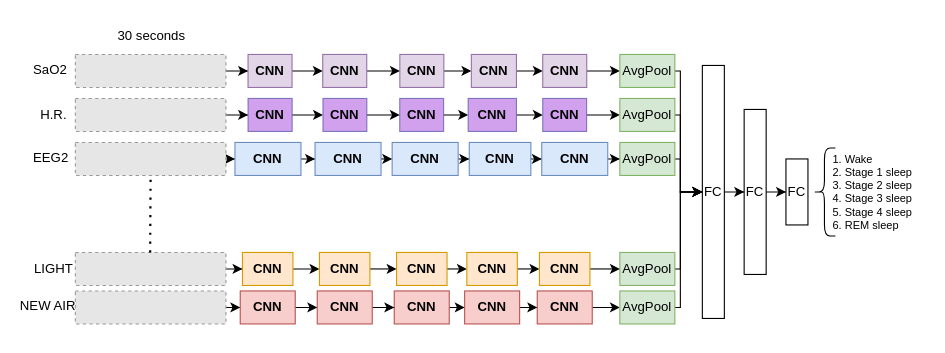
gw2015tylerdurden/nsrr keeps this draw.io diagram as nsrr_cnn.drawio. Above is the earlier version. Source tidied: cells renumbered, new cells numbered last; positions are measured from the earlier drawing's top-left corner, leaving out a move shared by most shapes. Both pictures are drawn from the tidied source at 110%, with x=0, y=0 at pixel (18, 19). Pictures stored in the file or linked from it are replaced by grey dashed boxes.
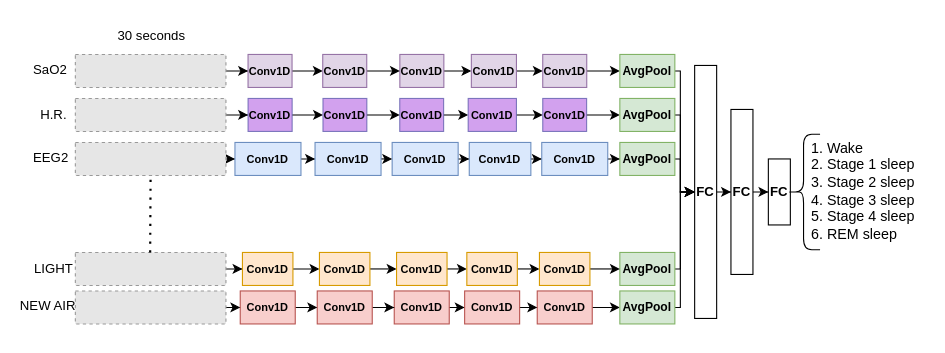
The same page after the edit.

Commit message:
nsrr_cnn.drawio を更新します

What changed in the source:
```diff
@@
-    <mxCell id="20" value="&lt;b&gt;CNN&lt;/b&gt;" style="rounded=0;whiteSpace=wrap;html=1;fillColor=#e1d5e7;strokeColor=#9673a6;" parent="1" vertex="1">
+    <mxCell id="20" value="&lt;font size=&quot;1&quot;&gt;&lt;b&gt;Conv1D&lt;/b&gt;&lt;/font&gt;" style="rounded=0;whiteSpace=wrap;html=1;fillColor=#e1d5e7;strokeColor=#9673a6;" parent="1" vertex="1">
       <mxGeometry x="209" y="32" width="40" height="30" as="geometry" />
     </mxCell>
@@
-    <mxCell id="22" value="&lt;b&gt;CNN&lt;/b&gt;" style="rounded=0;whiteSpace=wrap;html=1;fillColor=#e1d5e7;strokeColor=#9673a6;" parent="1" vertex="1">
+    <mxCell id="22" value="&lt;font size=&quot;1&quot;&gt;&lt;b&gt;Conv1D&lt;/b&gt;&lt;/font&gt;" style="rounded=0;whiteSpace=wrap;html=1;fillColor=#e1d5e7;strokeColor=#9673a6;" parent="1" vertex="1">
       <mxGeometry x="347" y="32" width="40" height="30" as="geometry" />
     </mxCell>
@@
-    <mxCell id="24" value="&lt;b&gt;CNN&lt;/b&gt;" style="rounded=0;whiteSpace=wrap;html=1;fillColor=#e1d5e7;strokeColor=#9673a6;" parent="1" vertex="1">
+    <mxCell id="24" value="&lt;font size=&quot;1&quot;&gt;&lt;b&gt;Conv1D&lt;/b&gt;&lt;/font&gt;" style="rounded=0;whiteSpace=wrap;html=1;fillColor=#e1d5e7;strokeColor=#9673a6;" parent="1" vertex="1">
       <mxGeometry x="276.9" y="32" width="40" height="30" as="geometry" />
     </mxCell>
@@
-    <mxCell id="26" value="&lt;b&gt;CNN&lt;/b&gt;" style="rounded=0;whiteSpace=wrap;html=1;fillColor=#e1d5e7;strokeColor=#9673a6;" parent="1" vertex="1">
+    <mxCell id="26" value="&lt;font size=&quot;1&quot;&gt;&lt;b&gt;Conv1D&lt;/b&gt;&lt;/font&gt;" style="rounded=0;whiteSpace=wrap;html=1;fillColor=#e1d5e7;strokeColor=#9673a6;" parent="1" vertex="1">
       <mxGeometry x="412" y="32" width="41" height="30" as="geometry" />
     </mxCell>
@@
-    <mxCell id="28" value="&lt;b&gt;CNN&lt;/b&gt;" style="rounded=0;whiteSpace=wrap;html=1;fillColor=#e1d5e7;strokeColor=#9673a6;" parent="1" vertex="1">
+    <mxCell id="28" value="&lt;font size=&quot;1&quot;&gt;&lt;b&gt;Conv1D&lt;/b&gt;&lt;/font&gt;" style="rounded=0;whiteSpace=wrap;html=1;fillColor=#e1d5e7;strokeColor=#9673a6;" parent="1" vertex="1">
       <mxGeometry x="476.9" y="32" width="40" height="30" as="geometry" />
     </mxCell>
@@
-    <mxCell id="30" value="&lt;b&gt;CNN&lt;/b&gt;" style="rounded=0;whiteSpace=wrap;html=1;fillColor=#BF7AE7;strokeColor=#5050A6;opacity=70;" parent="1" vertex="1">
+    <mxCell id="30" value="&lt;font size=&quot;1&quot;&gt;&lt;b&gt;Conv1D&lt;/b&gt;&lt;/font&gt;" style="rounded=0;whiteSpace=wrap;html=1;fillColor=#BF7AE7;strokeColor=#5050A6;opacity=70;" parent="1" vertex="1">
       <mxGeometry x="209" y="72" width="40.1" height="30" as="geometry" />
     </mxCell>
@@
-    <mxCell id="32" value="&lt;b&gt;CNN&lt;/b&gt;" style="rounded=0;whiteSpace=wrap;html=1;fillColor=#BF7AE7;strokeColor=#5050A6;opacity=70;" parent="1" vertex="1">
+    <mxCell id="32" value="&lt;font size=&quot;1&quot;&gt;&lt;b&gt;Conv1D&lt;/b&gt;&lt;/font&gt;" style="rounded=0;whiteSpace=wrap;html=1;fillColor=#BF7AE7;strokeColor=#5050A6;opacity=70;" parent="1" vertex="1">
       <mxGeometry x="346.9" y="72" width="39.9" height="30" as="geometry" />
     </mxCell>
@@
-    <mxCell id="34" value="&lt;b&gt;CNN&lt;/b&gt;" style="rounded=0;whiteSpace=wrap;html=1;fillColor=#BF7AE7;strokeColor=#5050A6;opacity=70;" parent="1" vertex="1">
+    <mxCell id="34" value="&lt;font size=&quot;1&quot;&gt;&lt;b&gt;Conv1D&lt;/b&gt;&lt;/font&gt;" style="rounded=0;whiteSpace=wrap;html=1;fillColor=#BF7AE7;strokeColor=#5050A6;opacity=70;" parent="1" vertex="1">
       <mxGeometry x="277.1" y="72" width="39.9" height="30" as="geometry" />
     </mxCell>
@@
-    <mxCell id="36" value="&lt;b&gt;CNN&lt;/b&gt;" style="rounded=0;whiteSpace=wrap;html=1;fillColor=#BF7AE7;strokeColor=#5050A6;opacity=70;" parent="1" vertex="1">
+    <mxCell id="36" value="&lt;font size=&quot;1&quot;&gt;&lt;b&gt;Conv1D&lt;/b&gt;&lt;/font&gt;" style="rounded=0;whiteSpace=wrap;html=1;fillColor=#BF7AE7;strokeColor=#5050A6;opacity=70;" parent="1" vertex="1">
       <mxGeometry x="409.1" y="72" width="43.9" height="30" as="geometry" />
     </mxCell>
@@
-    <mxCell id="38" value="&lt;b&gt;CNN&lt;/b&gt;" style="rounded=0;whiteSpace=wrap;html=1;fillColor=#BF7AE7;strokeColor=#5050A6;opacity=70;" parent="1" vertex="1">
+    <mxCell id="38" value="&lt;font size=&quot;1&quot;&gt;&lt;b&gt;Conv1D&lt;/b&gt;&lt;/font&gt;" style="rounded=0;whiteSpace=wrap;html=1;fillColor=#BF7AE7;strokeColor=#5050A6;opacity=70;" parent="1" vertex="1">
       <mxGeometry x="476.9" y="72" width="39.9" height="30" as="geometry" />
     </mxCell>
@@
-    <mxCell id="40" value="&lt;b&gt;CNN&lt;/b&gt;" style="rounded=0;whiteSpace=wrap;html=1;fillColor=#dae8fc;strokeColor=#6c8ebf;" parent="1" vertex="1">
+    <mxCell id="40" value="&lt;font size=&quot;1&quot;&gt;&lt;b&gt;Conv1D&lt;/b&gt;&lt;/font&gt;" style="rounded=0;whiteSpace=wrap;html=1;fillColor=#dae8fc;strokeColor=#6c8ebf;" parent="1" vertex="1">
       <mxGeometry x="197.1" y="112" width="60" height="30" as="geometry" />
     </mxCell>
@@
-    <mxCell id="42" value="&lt;b&gt;CNN&lt;/b&gt;" style="rounded=0;whiteSpace=wrap;html=1;fillColor=#dae8fc;strokeColor=#6c8ebf;" parent="1" vertex="1">
+    <mxCell id="42" value="&lt;font size=&quot;1&quot;&gt;&lt;b&gt;Conv1D&lt;/b&gt;&lt;/font&gt;" style="rounded=0;whiteSpace=wrap;html=1;fillColor=#dae8fc;strokeColor=#6c8ebf;" parent="1" vertex="1">
       <mxGeometry x="340" y="112" width="60" height="30" as="geometry" />
     </mxCell>
@@
-    <mxCell id="44" value="&lt;b&gt;CNN&lt;/b&gt;" style="rounded=0;whiteSpace=wrap;html=1;fillColor=#dae8fc;strokeColor=#6c8ebf;" parent="1" vertex="1">
+    <mxCell id="44" value="&lt;font size=&quot;1&quot;&gt;&lt;b&gt;Conv1D&lt;/b&gt;&lt;/font&gt;" style="rounded=0;whiteSpace=wrap;html=1;fillColor=#dae8fc;strokeColor=#6c8ebf;" parent="1" vertex="1">
       <mxGeometry x="269.9" y="112" width="60" height="30" as="geometry" />
     </mxCell>
@@
-    <mxCell id="46" value="&lt;b&gt;CNN&lt;/b&gt;" style="rounded=0;whiteSpace=wrap;html=1;fillColor=#dae8fc;strokeColor=#6c8ebf;" parent="1" vertex="1">
+    <mxCell id="46" value="&lt;font size=&quot;1&quot;&gt;&lt;b&gt;Conv1D&lt;/b&gt;&lt;/font&gt;" style="rounded=0;whiteSpace=wrap;html=1;fillColor=#dae8fc;strokeColor=#6c8ebf;" parent="1" vertex="1">
       <mxGeometry x="410.1" y="112" width="56" height="30" as="geometry" />
     </mxCell>
@@
-    <mxCell id="48" value="&lt;b&gt;CNN&lt;/b&gt;" style="rounded=0;whiteSpace=wrap;html=1;fillColor=#dae8fc;strokeColor=#6c8ebf;" parent="1" vertex="1">
+    <mxCell id="48" value="&lt;font size=&quot;1&quot;&gt;&lt;b&gt;Conv1D&lt;/b&gt;&lt;/font&gt;" style="rounded=0;whiteSpace=wrap;html=1;fillColor=#dae8fc;strokeColor=#6c8ebf;" parent="1" vertex="1">
       <mxGeometry x="476" y="112" width="60" height="30" as="geometry" />
     </mxCell>
@@
-    <mxCell id="50" value="&lt;b&gt;CNN&lt;/b&gt;" style="rounded=0;whiteSpace=wrap;html=1;fillColor=#ffe6cc;strokeColor=#d79b00;" parent="1" vertex="1">
+    <mxCell id="50" value="&lt;font size=&quot;1&quot;&gt;&lt;b&gt;Conv1D&lt;/b&gt;&lt;/font&gt;" style="rounded=0;whiteSpace=wrap;html=1;fillColor=#ffe6cc;strokeColor=#d79b00;" parent="1" vertex="1">
       <mxGeometry x="203.9" y="212" width="45.9" height="30" as="geometry" />
     </mxCell>
@@
-    <mxCell id="52" value="&lt;b&gt;CNN&lt;/b&gt;" style="rounded=0;whiteSpace=wrap;html=1;fillColor=#f8cecc;strokeColor=#b85450;" parent="1" vertex="1">
+    <mxCell id="52" value="&lt;font size=&quot;1&quot;&gt;&lt;b&gt;Conv1D&lt;/b&gt;&lt;/font&gt;" style="rounded=0;whiteSpace=wrap;html=1;fillColor=#f8cecc;strokeColor=#b85450;" parent="1" vertex="1">
       <mxGeometry x="201.9" y="247" width="50" height="30" as="geometry" />
     </mxCell>
@@
-    <mxCell id="54" value="&lt;b&gt;CNN&lt;/b&gt;" style="rounded=0;whiteSpace=wrap;html=1;fillColor=#f8cecc;strokeColor=#b85450;" parent="1" vertex="1">
+    <mxCell id="54" value="&lt;font size=&quot;1&quot;&gt;&lt;b&gt;Conv1D&lt;/b&gt;&lt;/font&gt;" style="rounded=0;whiteSpace=wrap;html=1;fillColor=#f8cecc;strokeColor=#b85450;" parent="1" vertex="1">
       <mxGeometry x="341.9" y="247" width="50" height="30" as="geometry" />
     </mxCell>
@@
-    <mxCell id="56" value="&lt;b&gt;CNN&lt;/b&gt;" style="rounded=0;whiteSpace=wrap;html=1;fillColor=#f8cecc;strokeColor=#b85450;" parent="1" vertex="1">
+    <mxCell id="56" value="&lt;font size=&quot;1&quot;&gt;&lt;b&gt;Conv1D&lt;/b&gt;&lt;/font&gt;" style="rounded=0;whiteSpace=wrap;html=1;fillColor=#f8cecc;strokeColor=#b85450;" parent="1" vertex="1">
       <mxGeometry x="271.9" y="247" width="50" height="30" as="geometry" />
     </mxCell>
@@
-    <mxCell id="58" value="&lt;b&gt;CNN&lt;/b&gt;" style="rounded=0;whiteSpace=wrap;html=1;fillColor=#f8cecc;strokeColor=#b85450;" parent="1" vertex="1">
+    <mxCell id="58" value="&lt;font size=&quot;1&quot;&gt;&lt;b&gt;Conv1D&lt;/b&gt;&lt;/font&gt;" style="rounded=0;whiteSpace=wrap;html=1;fillColor=#f8cecc;strokeColor=#b85450;" parent="1" vertex="1">
       <mxGeometry x="405.9" y="247" width="50" height="30" as="geometry" />
     </mxCell>
@@
-    <mxCell id="60" value="&lt;b&gt;CNN&lt;/b&gt;" style="rounded=0;whiteSpace=wrap;html=1;fillColor=#f8cecc;strokeColor=#b85450;" parent="1" vertex="1">
+    <mxCell id="60" value="&lt;font size=&quot;1&quot;&gt;&lt;b&gt;Conv1D&lt;/b&gt;&lt;/font&gt;" style="rounded=0;whiteSpace=wrap;html=1;fillColor=#f8cecc;strokeColor=#b85450;" parent="1" vertex="1">
       <mxGeometry x="471.9" y="247" width="50" height="30" as="geometry" />
     </mxCell>
@@
-    <mxCell id="62" value="FC" style="rounded=0;whiteSpace=wrap;html=1;" parent="1" vertex="1">
-      <mxGeometry x="622" y="42" width="20" height="230" as="geometry" />
+    <mxCell id="62" value="&lt;b&gt;FC&lt;/b&gt;" style="rounded=0;whiteSpace=wrap;html=1;" parent="1" vertex="1">
+      <mxGeometry x="615" y="42" width="20" height="230" as="geometry" />
     </mxCell>
@@
-    <mxCell id="64" value="AvgPool" style="whiteSpace=wrap;html=1;fillColor=#d5e8d4;strokeColor=#82b366;" parent="1" vertex="1">
+    <mxCell id="64" value="&lt;b&gt;&lt;font style=&quot;font-size: 11px;&quot;&gt;AvgPool&lt;/font&gt;&lt;/b&gt;" style="whiteSpace=wrap;html=1;fillColor=#d5e8d4;strokeColor=#82b366;" parent="1" vertex="1">
       <mxGeometry x="547" y="32" width="50" height="30" as="geometry" />
     </mxCell>
@@
-    <mxCell id="66" value="AvgPool" style="whiteSpace=wrap;html=1;fillColor=#d5e8d4;strokeColor=#82b366;" parent="1" vertex="1">
+    <mxCell id="66" value="&lt;b&gt;&lt;font style=&quot;font-size: 11px;&quot;&gt;AvgPool&lt;/font&gt;&lt;/b&gt;" style="whiteSpace=wrap;html=1;fillColor=#d5e8d4;strokeColor=#82b366;" parent="1" vertex="1">
       <mxGeometry x="547" y="112" width="50" height="30" as="geometry" />
     </mxCell>
@@
-    <mxCell id="68" value="AvgPool" style="whiteSpace=wrap;html=1;fillColor=#d5e8d4;strokeColor=#82b366;" parent="1" vertex="1">
+    <mxCell id="68" value="&lt;font style=&quot;font-size: 11px;&quot;&gt;&lt;b&gt;AvgPool&lt;/b&gt;&lt;/font&gt;" style="whiteSpace=wrap;html=1;fillColor=#d5e8d4;strokeColor=#82b366;" parent="1" vertex="1">
       <mxGeometry x="547" y="72" width="50" height="30" as="geometry" />
     </mxCell>
@@
-    <mxCell id="70" value="AvgPool" style="whiteSpace=wrap;html=1;fillColor=#d5e8d4;strokeColor=#82b366;" parent="1" vertex="1">
+    <mxCell id="70" value="&lt;b&gt;&lt;font style=&quot;font-size: 11px;&quot;&gt;AvgPool&lt;/font&gt;&lt;/b&gt;" style="whiteSpace=wrap;html=1;fillColor=#d5e8d4;strokeColor=#82b366;" parent="1" vertex="1">
       <mxGeometry x="547" y="247" width="50" height="30" as="geometry" />
     </mxCell>
@@
-    <mxCell id="72" value="AvgPool" style="whiteSpace=wrap;html=1;fillColor=#d5e8d4;strokeColor=#82b366;" parent="1" vertex="1">
+    <mxCell id="72" value="&lt;b&gt;&lt;font style=&quot;font-size: 11px;&quot;&gt;AvgPool&lt;/font&gt;&lt;/b&gt;" style="whiteSpace=wrap;html=1;fillColor=#d5e8d4;strokeColor=#82b366;" parent="1" vertex="1">
       <mxGeometry x="547" y="212" width="50" height="30" as="geometry" />
     </mxCell>
@@
-    <mxCell id="74" value="FC" style="rounded=0;whiteSpace=wrap;html=1;" parent="1" vertex="1">
-      <mxGeometry x="660" y="82" width="20" height="150" as="geometry" />
+    <mxCell id="74" value="&lt;b&gt;FC&lt;/b&gt;" style="rounded=0;whiteSpace=wrap;html=1;" parent="1" vertex="1">
+      <mxGeometry x="648" y="82" width="20" height="150" as="geometry" />
     </mxCell>
-    <mxCell id="75" value="FC" style="rounded=0;whiteSpace=wrap;html=1;" parent="1" vertex="1">
-      <mxGeometry x="698" y="127" width="20" height="60" as="geometry" />
+    <mxCell id="75" value="&lt;b&gt;FC&lt;/b&gt;" style="rounded=0;whiteSpace=wrap;html=1;" parent="1" vertex="1">
+      <mxGeometry x="682" y="127" width="20" height="60" as="geometry" />
     </mxCell>
-    <mxCell id="76" value="&lt;ol style=&quot;font-size: 10px;&quot;&gt;&lt;li style=&quot;font-size: 10px;&quot;&gt;&lt;div style=&quot;font-size: 10px;&quot; align=&quot;left&quot;&gt;Wake&lt;/div&gt;&lt;/li&gt;&lt;li style=&quot;font-size: 10px;&quot;&gt;Stage 1 sleep&lt;/li&gt;&lt;li style=&quot;font-size: 10px;&quot;&gt;Stage 2 sleep&lt;/li&gt;&lt;li style=&quot;font-size: 10px;&quot;&gt;Stage 3 sleep&lt;/li&gt;&lt;li style=&quot;font-size: 10px;&quot;&gt;Stage 4 sleep&lt;/li&gt;&lt;li style=&quot;font-size: 10px;&quot;&gt;&lt;div style=&quot;font-size: 10px;&quot; align=&quot;left&quot;&gt;REM sleep&lt;br style=&quot;font-size: 10px;&quot;&gt;&lt;/div&gt;&lt;/li&gt;&lt;/ol&gt;" style="text;html=1;align=center;verticalAlign=middle;strokeColor=none;fillColor=none;fontSize=10;" parent="1" vertex="1">
-      <mxGeometry x="702" y="102" width="120" height="110" as="geometry" />
+    <mxCell id="76" value="&lt;ol style=&quot;font-size: 13px;&quot;&gt;&lt;li style=&quot;&quot;&gt;&lt;div style=&quot;&quot; align=&quot;left&quot;&gt;Wake&lt;/div&gt;&lt;/li&gt;&lt;li style=&quot;&quot;&gt;Stage 1 sleep&lt;/li&gt;&lt;li style=&quot;&quot;&gt;Stage 2 sleep&lt;/li&gt;&lt;li style=&quot;&quot;&gt;Stage 3 sleep&lt;/li&gt;&lt;li style=&quot;&quot;&gt;Stage 4 sleep&lt;/li&gt;&lt;li style=&quot;&quot;&gt;&lt;div style=&quot;&quot; align=&quot;left&quot;&gt;REM sleep&lt;br style=&quot;font-size: 10px;&quot;&gt;&lt;/div&gt;&lt;/li&gt;&lt;/ol&gt;" style="text;html=1;align=center;verticalAlign=middle;strokeColor=none;fillColor=none;fontSize=10;" parent="1" vertex="1">
+      <mxGeometry x="685" y="91" width="140" height="130" as="geometry" />
     </mxCell>
     <mxCell id="77" style="shape=curlyBracket;whiteSpace=wrap;html=1;rounded=1;labelPosition=left;verticalLabelPosition=middle;align=right;verticalAlign=middle;" parent="1" vertex="1">
-      <mxGeometry x="723" y="117" width="20" height="80" as="geometry" />
+      <mxGeometry x="699" y="104.5" width="30" height="105" as="geometry" />
     </mxCell>
@@
-    <mxCell id="79" value="&lt;b&gt;CNN&lt;/b&gt;" style="rounded=0;whiteSpace=wrap;html=1;fillColor=#ffe6cc;strokeColor=#d79b00;" parent="1" vertex="1">
+    <mxCell id="79" value="&lt;font size=&quot;1&quot;&gt;&lt;b&gt;Conv1D&lt;/b&gt;&lt;/font&gt;" style="rounded=0;whiteSpace=wrap;html=1;fillColor=#ffe6cc;strokeColor=#d79b00;" parent="1" vertex="1">
       <mxGeometry x="273.9" y="212" width="45.9" height="30" as="geometry" />
     </mxCell>
@@
-    <mxCell id="81" value="&lt;b&gt;CNN&lt;/b&gt;" style="rounded=0;whiteSpace=wrap;html=1;fillColor=#ffe6cc;strokeColor=#d79b00;" parent="1" vertex="1">
+    <mxCell id="81" value="&lt;font size=&quot;1&quot;&gt;&lt;b&gt;Conv1D&lt;/b&gt;&lt;/font&gt;" style="rounded=0;whiteSpace=wrap;html=1;fillColor=#ffe6cc;strokeColor=#d79b00;" parent="1" vertex="1">
       <mxGeometry x="344" y="212" width="45.9" height="30" as="geometry" />
     </mxCell>
@@
-    <mxCell id="83" value="&lt;b&gt;CNN&lt;/b&gt;" style="rounded=0;whiteSpace=wrap;html=1;fillColor=#ffe6cc;strokeColor=#d79b00;" parent="1" vertex="1">
+    <mxCell id="83" value="&lt;font size=&quot;1&quot;&gt;&lt;b&gt;Conv1D&lt;/b&gt;&lt;/font&gt;" style="rounded=0;whiteSpace=wrap;html=1;fillColor=#ffe6cc;strokeColor=#d79b00;" parent="1" vertex="1">
       <mxGeometry x="407.9" y="212" width="45.9" height="30" as="geometry" />
     </mxCell>
@@
-    <mxCell id="85" value="&lt;b&gt;CNN&lt;/b&gt;" style="rounded=0;whiteSpace=wrap;html=1;fillColor=#ffe6cc;strokeColor=#d79b00;" parent="1" vertex="1">
+    <mxCell id="85" value="&lt;font size=&quot;1&quot;&gt;&lt;b&gt;Conv1D&lt;/b&gt;&lt;/font&gt;" style="rounded=0;whiteSpace=wrap;html=1;fillColor=#ffe6cc;strokeColor=#d79b00;" parent="1" vertex="1">
       <mxGeometry x="473.9" y="212" width="45.9" height="30" as="geometry" />
     </mxCell>
```
